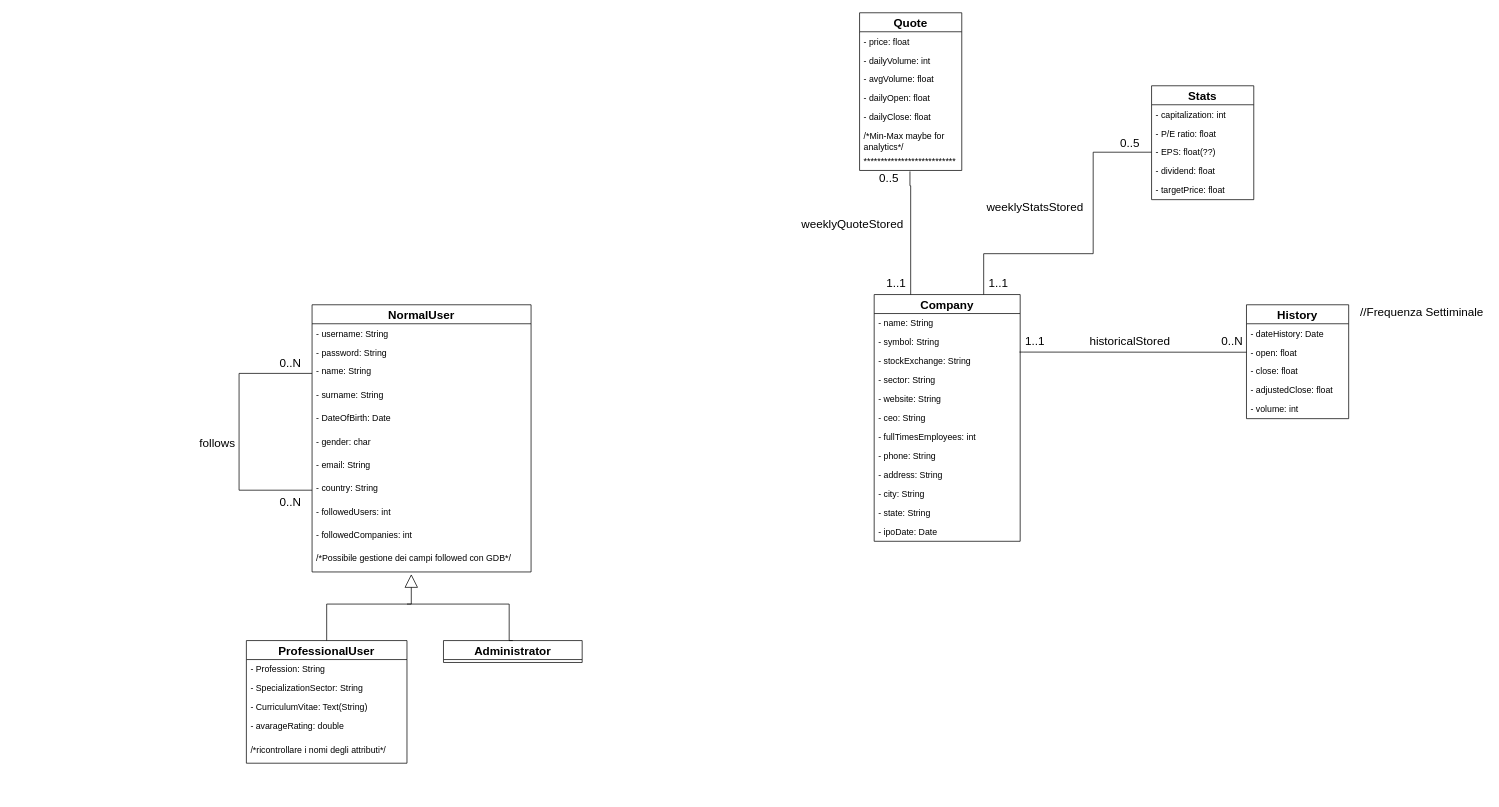
Matteo-Castrignano/CompaniesDiscoveryApplications keeps this draw.io diagram as Diagrammi/Untitled Diagram.drawio. Above is the earlier version. Source tidied: cells renumbered, new cells numbered last; positions are measured from the earlier drawing's top-left corner, leaving out a move shared by most shapes. Both pictures are drawn from the tidied source at 73%, with x=0, y=0 at pixel (195, 12).
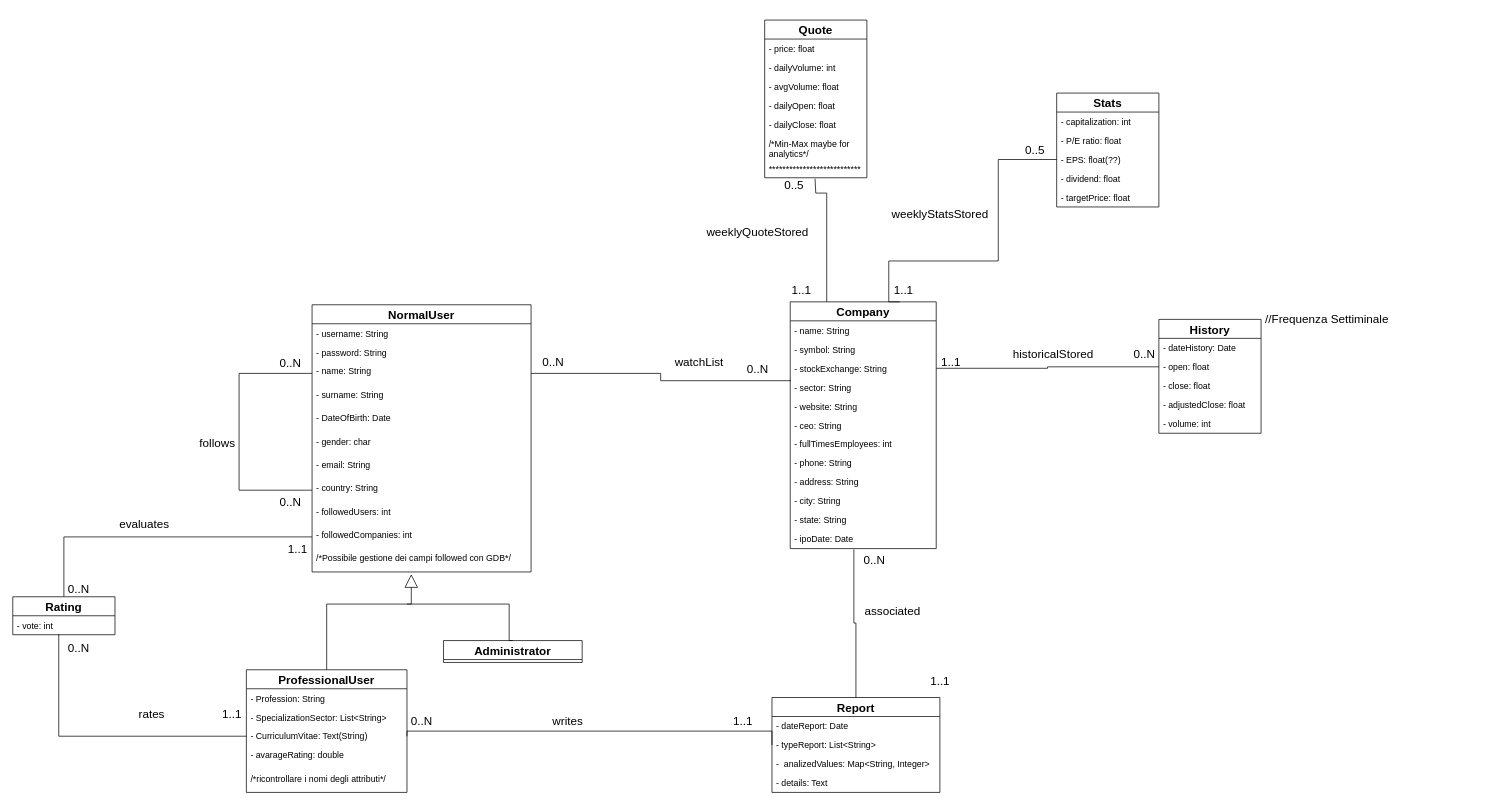
Above is the later version.

Unchanged cells that the change refers to:
```xml
<mxCell id="5" value="- name: String&#10;" style="text;strokeColor=none;fillColor=none;align=left;verticalAlign=top;spacingLeft=4;spacingRight=4;overflow=hidden;points=[[0,0.5],[1,0.5]];portConstraint=eastwest;" parent="2" vertex="1">
  <mxGeometry y="78" width="300" height="32" as="geometry" />
</mxCell>
<mxCell id="12" value="- followedCompanies: int&#10;" style="text;strokeColor=none;fillColor=none;align=left;verticalAlign=top;spacingLeft=4;spacingRight=4;overflow=hidden;points=[[0,0.5],[1,0.5]];portConstraint=eastwest;" parent="2" vertex="1">
  <mxGeometry y="302" width="300" height="32" as="geometry" />
</mxCell>
<mxCell id="18" value="- CurriculumVitae: Text(String)" style="text;strokeColor=none;fillColor=none;align=left;verticalAlign=top;spacingLeft=4;spacingRight=4;overflow=hidden;points=[[0,0.5],[1,0.5]];portConstraint=eastwest;" parent="15" vertex="1">
  <mxGeometry y="78" width="220" height="26" as="geometry" />
</mxCell>
<mxCell id="30" value="- symbol: String" style="text;strokeColor=none;fillColor=none;align=left;verticalAlign=top;spacingLeft=4;spacingRight=4;overflow=hidden;points=[[0,0.5],[1,0.5]];portConstraint=eastwest;" parent="28" vertex="1">
  <mxGeometry y="52" width="200" height="26" as="geometry" />
</mxCell>
<mxCell id="31" value="- stockExchange: String" style="text;strokeColor=none;fillColor=none;align=left;verticalAlign=top;spacingLeft=4;spacingRight=4;overflow=hidden;points=[[0,0.5],[1,0.5]];portConstraint=eastwest;" parent="28" vertex="1">
  <mxGeometry y="78" width="200" height="26" as="geometry" />
</mxCell>
<mxCell id="32" value="- sector: String" style="text;strokeColor=none;fillColor=none;align=left;verticalAlign=top;spacingLeft=4;spacingRight=4;overflow=hidden;points=[[0,0.5],[1,0.5]];portConstraint=eastwest;" parent="28" vertex="1">
  <mxGeometry y="104" width="200" height="26" as="geometry" />
</mxCell>
<mxCell id="40" value="- ipoDate: Date" style="text;strokeColor=none;fillColor=none;align=left;verticalAlign=top;spacingLeft=4;spacingRight=4;overflow=hidden;points=[[0,0.5],[1,0.5]];portConstraint=eastwest;" parent="28" vertex="1">
  <mxGeometry y="312" width="200" height="26" as="geometry" />
</mxCell>
<mxCell id="43" value="- open: float" style="text;strokeColor=none;fillColor=none;align=left;verticalAlign=top;spacingLeft=4;spacingRight=4;overflow=hidden;points=[[0,0.5],[1,0.5]];portConstraint=eastwest;" parent="41" vertex="1">
  <mxGeometry y="52" width="140" height="26" as="geometry" />
</mxCell>
<mxCell id="54" value="- EPS: float(??)" style="text;strokeColor=none;fillColor=none;align=left;verticalAlign=top;spacingLeft=4;spacingRight=4;overflow=hidden;points=[[0,0.5],[1,0.5]];portConstraint=eastwest;" parent="51" vertex="1">
  <mxGeometry y="78" width="140" height="26" as="geometry" />
</mxCell>
<mxCell id="64" value="***************************" style="text;strokeColor=none;fillColor=none;align=left;verticalAlign=top;spacingLeft=4;spacingRight=4;overflow=hidden;points=[[0,0.5],[1,0.5]];portConstraint=eastwest;" parent="57" vertex="1">
  <mxGeometry y="190" width="140" height="26" as="geometry" />
</mxCell>
```

The edit, as a diff of the source:
```diff
@@
     <mxCell id="15" value="ProfessionalUser" style="swimlane;fontStyle=1;horizontal=1;startSize=26;fillColor=none;fontSize=16;" parent="1" vertex="1">
-      <mxGeometry x="70" y="860" width="220" height="168" as="geometry" />
+      <mxGeometry x="70" y="900" width="220" height="168" as="geometry" />
     </mxCell>
@@
-    <mxCell id="17" value="- SpecializationSector: String" style="text;strokeColor=none;fillColor=none;align=left;verticalAlign=top;spacingLeft=4;spacingRight=4;overflow=hidden;" parent="15" vertex="1">
+    <mxCell id="17" value="- SpecializationSector: List&lt;String&gt;" style="text;strokeColor=none;fillColor=none;align=left;verticalAlign=top;spacingLeft=4;spacingRight=4;overflow=hidden;" parent="15" vertex="1">
       <mxGeometry y="52" width="220" height="26" as="geometry" />
     </mxCell>
@@
     <mxCell id="27" style="edgeStyle=orthogonalEdgeStyle;rounded=0;jettySize=auto;html=1;exitX=0.75;exitY=0;exitDx=0;exitDy=0;strokeColor=#000000;fontSize=16;endArrow=none;endFill=0;" parent="1" edge="1" source="28" target="54">
       <mxGeometry relative="1" as="geometry">
         <Array as="points">
-          <mxPoint x="1080" y="330" />
-          <mxPoint x="1230" y="330" />
-          <mxPoint x="1230" y="191" />
+          <mxPoint x="950" y="340" />
+          <mxPoint x="1100" y="340" />
+          <mxPoint x="1100" y="201" />
         </Array>
       </mxGeometry>
     </mxCell>
     <mxCell id="28" value="Company" style="swimlane;fontStyle=1;horizontal=1;startSize=26;fillColor=none;fontSize=16;" parent="1" vertex="1">
-      <mxGeometry x="930" y="386" width="200" height="338" as="geometry" />
+      <mxGeometry x="815" y="396" width="200" height="338" as="geometry" />
     </mxCell>
@@
     <mxCell id="41" value="History" style="swimlane;fontStyle=1;horizontal=1;startSize=26;fillColor=none;fontSize=16;" parent="1" vertex="1">
-      <mxGeometry x="1440" y="400" width="140" height="156" as="geometry" />
+      <mxGeometry x="1320" y="420" width="140" height="156" as="geometry" />
     </mxCell>
@@
-    <mxCell id="47" style="endArrow=none;html=1;strokeColor=#000000;fontSize=16;edgeStyle=orthogonalEdgeStyle;rounded=0;entryX=0;entryY=0.5;entryDx=0;entryDy=0;exitX=0.995;exitY=1.03;exitDx=0;exitDy=0;exitPerimeter=0;" parent="1" edge="1" source="30" target="43">
-      <mxGeometry relative="1" as="geometry">
-        <Array as="points">
-          <mxPoint x="1135" y="465" />
-        </Array>
-      </mxGeometry>
-    </mxCell>
     <mxCell id="48" value="1..1" style="text;html=1;align=center;verticalAlign=middle;fontSize=16;" parent="1" vertex="1">
-      <mxGeometry x="1130" y="440" width="40" height="20" as="geometry" />
+      <mxGeometry x="1015" y="468" width="40" height="20" as="geometry" />
     </mxCell>
     <mxCell id="49" value="0..N" style="text;html=1;align=center;verticalAlign=middle;fontSize=16;" parent="1" vertex="1">
-      <mxGeometry x="1400" y="440" width="40" height="20" as="geometry" />
+      <mxGeometry x="1280" y="458" width="40" height="20" as="geometry" />
     </mxCell>
     <mxCell id="50" value="historicalStored" style="text;html=1;align=center;verticalAlign=middle;fontSize=16;" parent="1" vertex="1">
-      <mxGeometry x="1215" y="440" width="130" height="20" as="geometry" />
+      <mxGeometry x="1110" y="458" width="130" height="20" as="geometry" />
     </mxCell>
     <mxCell id="51" value="Stats" style="swimlane;fontStyle=1;horizontal=1;startSize=26;fillColor=none;fontSize=16;" parent="1" vertex="1">
-      <mxGeometry x="1310" y="100" width="140" height="156" as="geometry" />
+      <mxGeometry x="1180" y="110" width="140" height="156" as="geometry" />
     </mxCell>
@@
     <mxCell id="57" value="Quote" style="swimlane;fontStyle=1;horizontal=1;startSize=26;fillColor=none;fontSize=16;" parent="1" vertex="1">
-      <mxGeometry x="910" width="140" height="216" as="geometry" />
+      <mxGeometry x="780" y="10" width="140" height="216" as="geometry" />
     </mxCell>
@@
     <mxCell id="65" value="//Frequenza Settiminale" style="text;html=1;align=center;verticalAlign=middle;fontSize=16;" parent="1" vertex="1">
-      <mxGeometry x="1590" y="400" width="180" height="20" as="geometry" />
+      <mxGeometry x="1460" y="410" width="180" height="20" as="geometry" />
     </mxCell>
     <mxCell id="66" style="endArrow=none;html=1;strokeColor=#000000;fontSize=16;edgeStyle=orthogonalEdgeStyle;rounded=0;entryX=0.493;entryY=1.049;entryDx=0;entryDy=0;entryPerimeter=0;exitX=0.25;exitY=0;exitDx=0;exitDy=0;" parent="1" edge="1" source="28" target="64">
       <mxGeometry relative="1" as="geometry">
         <Array as="points">
-          <mxPoint x="980" y="237" />
+          <mxPoint x="850" y="247" />
         </Array>
       </mxGeometry>
     </mxCell>
     <mxCell id="67" value="1..1" style="text;html=1;align=center;verticalAlign=middle;fontSize=16;" parent="1" vertex="1">
-      <mxGeometry x="940" y="360" width="40" height="20" as="geometry" />
+      <mxGeometry x="810" y="370" width="40" height="20" as="geometry" />
     </mxCell>
     <mxCell id="68" value="0..5" style="text;html=1;align=center;verticalAlign=middle;fontSize=16;" parent="1" vertex="1">
-      <mxGeometry x="930" y="216" width="40" height="20" as="geometry" />
+      <mxGeometry x="800" y="226" width="40" height="20" as="geometry" />
     </mxCell>
     <mxCell id="69" value="weeklyQuoteStored" style="text;html=1;align=center;verticalAlign=middle;fontSize=16;" parent="1" vertex="1">
-      <mxGeometry x="820" y="280" width="160" height="20" as="geometry" />
+      <mxGeometry x="690" y="290" width="160" height="20" as="geometry" />
     </mxCell>
     <mxCell id="70" value="1..1" style="text;html=1;align=center;verticalAlign=middle;fontSize=16;" parent="1" vertex="1">
-      <mxGeometry x="1080" y="360" width="40" height="20" as="geometry" />
+      <mxGeometry x="950" y="370" width="40" height="20" as="geometry" />
     </mxCell>
     <mxCell id="71" value="0..5" style="text;html=1;align=center;verticalAlign=middle;fontSize=16;" parent="1" vertex="1">
-      <mxGeometry x="1260" y="168" width="40" height="20" as="geometry" />
+      <mxGeometry x="1130" y="178" width="40" height="20" as="geometry" />
     </mxCell>
     <mxCell id="72" value="weeklyStatsStored" style="text;html=1;align=center;verticalAlign=middle;fontSize=16;" parent="1" vertex="1">
-      <mxGeometry x="1075" y="256" width="150" height="20" as="geometry" />
+      <mxGeometry x="945" y="266" width="150" height="20" as="geometry" />
     </mxCell>
+    <mxCell id="73" style="edgeStyle=orthogonalEdgeStyle;rounded=0;jettySize=auto;html=1;exitX=1;exitY=0.5;exitDx=0;exitDy=0;entryX=0.005;entryY=0.154;entryDx=0;entryDy=0;entryPerimeter=0;endArrow=none;endFill=0;strokeColor=#000000;fontSize=16;" parent="1" edge="1" source="5" target="32">
+      <mxGeometry relative="1" as="geometry" />
+    </mxCell>
+    <mxCell id="74" value="0..N" style="text;html=1;align=center;verticalAlign=middle;fontSize=16;" parent="1" vertex="1">
+      <mxGeometry x="470" y="468" width="40" height="20" as="geometry" />
+    </mxCell>
+    <mxCell id="75" value="0..N" style="text;html=1;align=center;verticalAlign=middle;fontSize=16;" parent="1" vertex="1">
+      <mxGeometry x="750" y="478" width="40" height="20" as="geometry" />
+    </mxCell>
+    <mxCell id="76" value="watchList" style="text;html=1;align=center;verticalAlign=middle;fontSize=16;" parent="1" vertex="1">
+      <mxGeometry x="650" y="468" width="80" height="20" as="geometry" />
+    </mxCell>
+    <mxCell id="77" value="Rating" style="swimlane;fontStyle=1;horizontal=1;startSize=26;fillColor=none;fontSize=16;" parent="1" vertex="1">
+      <mxGeometry x="-250" y="800" width="140" height="52" as="geometry" />
+    </mxCell>
+    <mxCell id="78" value="- vote: int" style="text;strokeColor=none;fillColor=none;align=left;verticalAlign=top;spacingLeft=4;spacingRight=4;overflow=hidden;points=[[0,0.5],[1,0.5]];portConstraint=eastwest;" parent="77" vertex="1">
+      <mxGeometry y="26" width="140" height="26" as="geometry" />
+    </mxCell>
+    <mxCell id="79" style="edgeStyle=orthogonalEdgeStyle;rounded=0;jettySize=auto;html=1;exitX=0;exitY=0.5;exitDx=0;exitDy=0;entryX=0.5;entryY=0;entryDx=0;entryDy=0;endArrow=none;endFill=0;strokeColor=#000000;fontSize=16;" parent="1" edge="1" source="12" target="77">
+      <mxGeometry relative="1" as="geometry" />
+    </mxCell>
+    <mxCell id="80" style="edgeStyle=orthogonalEdgeStyle;rounded=0;jettySize=auto;html=1;exitX=0;exitY=0.5;exitDx=0;exitDy=0;entryX=0.45;entryY=0.962;entryDx=0;entryDy=0;entryPerimeter=0;endArrow=none;endFill=0;strokeColor=#000000;fontSize=16;" parent="1" edge="1" source="18" target="78">
+      <mxGeometry relative="1" as="geometry" />
+    </mxCell>
+    <mxCell id="81" value="evaluates" style="text;html=1;align=center;verticalAlign=middle;fontSize=16;" parent="1" vertex="1">
+      <mxGeometry x="-110" y="690" width="80" height="20" as="geometry" />
+    </mxCell>
+    <mxCell id="82" value="rates" style="text;html=1;align=center;verticalAlign=middle;fontSize=16;" parent="1" vertex="1">
+      <mxGeometry x="-85" y="950" width="50" height="20" as="geometry" />
+    </mxCell>
+    <mxCell id="83" value="0..N" style="text;html=1;align=center;verticalAlign=middle;fontSize=16;" parent="1" vertex="1">
+      <mxGeometry x="-180" y="780" width="40" height="20" as="geometry" />
+    </mxCell>
+    <mxCell id="84" value="1..1" style="text;html=1;align=center;verticalAlign=middle;fontSize=16;" parent="1" vertex="1">
+      <mxGeometry x="120" y="724" width="40" height="20" as="geometry" />
+    </mxCell>
+    <mxCell id="85" value="0..N" style="text;html=1;align=center;verticalAlign=middle;fontSize=16;" parent="1" vertex="1">
+      <mxGeometry x="-180" y="860" width="40" height="20" as="geometry" />
+    </mxCell>
+    <mxCell id="86" value="1..1" style="text;html=1;align=center;verticalAlign=middle;fontSize=16;" parent="1" vertex="1">
+      <mxGeometry x="30" y="950" width="40" height="20" as="geometry" />
+    </mxCell>
+    <mxCell id="87" style="rounded=0;jettySize=auto;html=1;exitX=0.5;exitY=0;exitDx=0;exitDy=0;endArrow=none;endFill=0;strokeColor=#000000;fontSize=16;entryX=0.436;entryY=1.045;entryDx=0;entryDy=0;entryPerimeter=0;edgeStyle=orthogonalEdgeStyle;" parent="1" edge="1" source="88" target="40">
+      <mxGeometry relative="1" as="geometry">
+        <Array as="points">
+          <mxPoint x="905" y="836" />
+          <mxPoint x="902" y="836" />
+        </Array>
+      </mxGeometry>
+    </mxCell>
+    <mxCell id="88" value="Report" style="swimlane;fontStyle=1;horizontal=1;startSize=26;fillColor=none;fontSize=16;" parent="1" vertex="1">
+      <mxGeometry x="790" y="938" width="230" height="130" as="geometry" />
+    </mxCell>
+    <mxCell id="89" value="- dateReport: Date" style="text;strokeColor=none;fillColor=none;align=left;verticalAlign=top;spacingLeft=4;spacingRight=4;overflow=hidden;" parent="88" vertex="1">
+      <mxGeometry y="26" width="230" height="26" as="geometry" />
+    </mxCell>
+    <mxCell id="90" value="- typeReport: List&lt;String&gt;" style="text;strokeColor=none;fillColor=none;align=left;verticalAlign=top;spacingLeft=4;spacingRight=4;overflow=hidden;points=[[0,0.5],[1,0.5]];portConstraint=eastwest;" parent="88" vertex="1">
+      <mxGeometry y="52" width="230" height="26" as="geometry" />
+    </mxCell>
+    <mxCell id="91" value="-  analizedValues: Map&lt;String, Integer&gt;" style="text;strokeColor=none;fillColor=none;align=left;verticalAlign=top;spacingLeft=4;spacingRight=4;overflow=hidden;" parent="88" vertex="1">
+      <mxGeometry y="78" width="230" height="26" as="geometry" />
+    </mxCell>
+    <mxCell id="92" value="- details: Text" style="text;strokeColor=none;fillColor=none;align=left;verticalAlign=top;spacingLeft=4;spacingRight=4;overflow=hidden;" parent="88" vertex="1">
+      <mxGeometry y="104" width="230" height="26" as="geometry" />
+    </mxCell>
+    <mxCell id="93" style="edgeStyle=orthogonalEdgeStyle;rounded=0;jettySize=auto;html=1;exitX=1;exitY=0.5;exitDx=0;exitDy=0;entryX=0;entryY=0.5;entryDx=0;entryDy=0;endArrow=none;endFill=0;strokeColor=#000000;fontSize=16;" parent="1" edge="1" source="18" target="90">
+      <mxGeometry relative="1" as="geometry">
+        <Array as="points">
+          <mxPoint x="290" y="984" />
+        </Array>
+      </mxGeometry>
+    </mxCell>
+    <mxCell id="94" value="associated" style="text;html=1;align=center;verticalAlign=middle;fontSize=16;" parent="1" vertex="1">
+      <mxGeometry x="910" y="810" width="90" height="20" as="geometry" />
+    </mxCell>
+    <mxCell id="95" value="writes" style="text;html=1;align=center;verticalAlign=middle;fontSize=16;" parent="1" vertex="1">
+      <mxGeometry x="480" y="960" width="60" height="20" as="geometry" />
+    </mxCell>
+    <mxCell id="96" value="0..N" style="text;html=1;align=center;verticalAlign=middle;fontSize=16;" parent="1" vertex="1">
+      <mxGeometry x="290" y="960" width="40" height="20" as="geometry" />
+    </mxCell>
+    <mxCell id="97" value="1..1" style="text;html=1;align=center;verticalAlign=middle;fontSize=16;" parent="1" vertex="1">
+      <mxGeometry x="730" y="960" width="40" height="20" as="geometry" />
+    </mxCell>
+    <mxCell id="98" value="0..N" style="text;html=1;align=center;verticalAlign=middle;fontSize=16;" parent="1" vertex="1">
+      <mxGeometry x="910" y="740" width="40" height="20" as="geometry" />
+    </mxCell>
+    <mxCell id="99" value="1..1" style="text;html=1;align=center;verticalAlign=middle;fontSize=16;" parent="1" vertex="1">
+      <mxGeometry x="1000" y="905" width="40" height="20" as="geometry" />
+    </mxCell>
+    <mxCell id="100" style="edgeStyle=orthogonalEdgeStyle;rounded=0;jettySize=auto;html=1;exitX=0;exitY=0.5;exitDx=0;exitDy=0;entryX=1;entryY=0.5;entryDx=0;entryDy=0;endArrow=none;endFill=0;strokeColor=#000000;fontSize=16;" parent="1" edge="1" source="43" target="31">
+      <mxGeometry relative="1" as="geometry" />
+    </mxCell>
```
